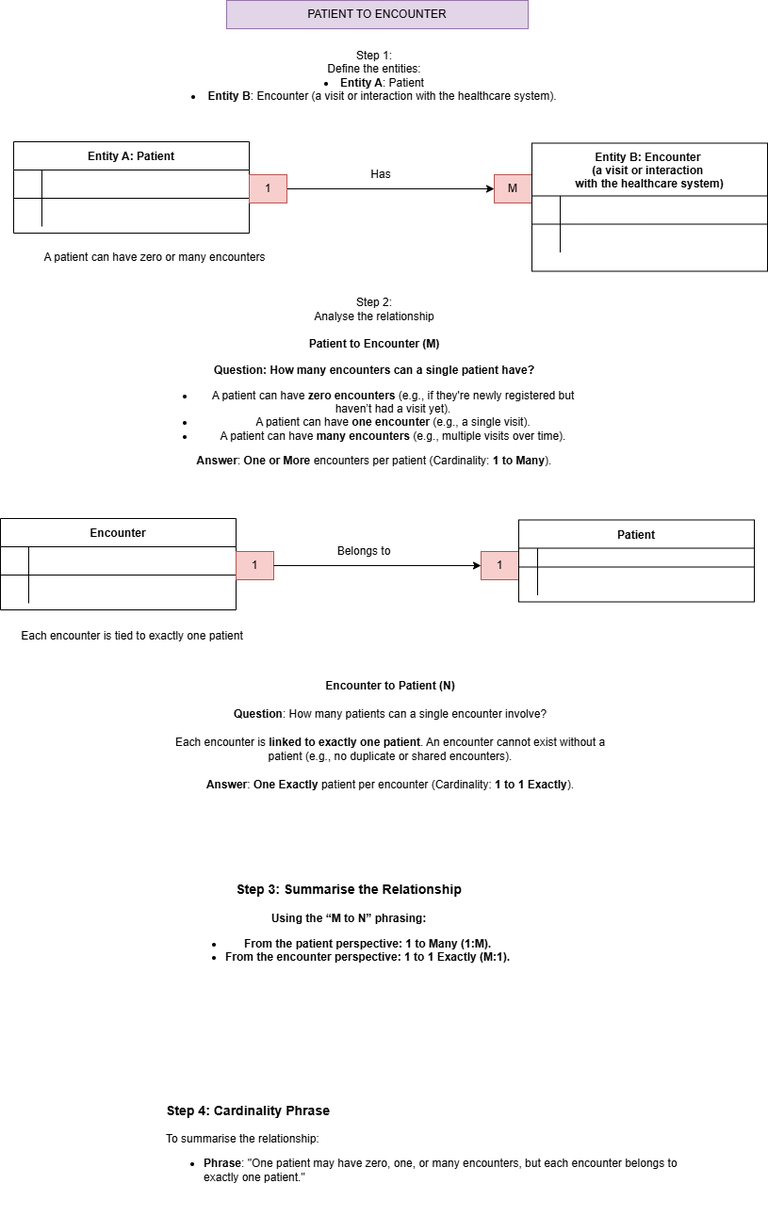
Before: Patient Encounter Provider ER .drawio.png, a diagram exported from draw.io (tonilondon/sql-stork-caboodle). Source tidied: cells renumbered, new cells last; positions are measured from the earlier drawing's top-left corner, leaving out a move shared by most shapes.
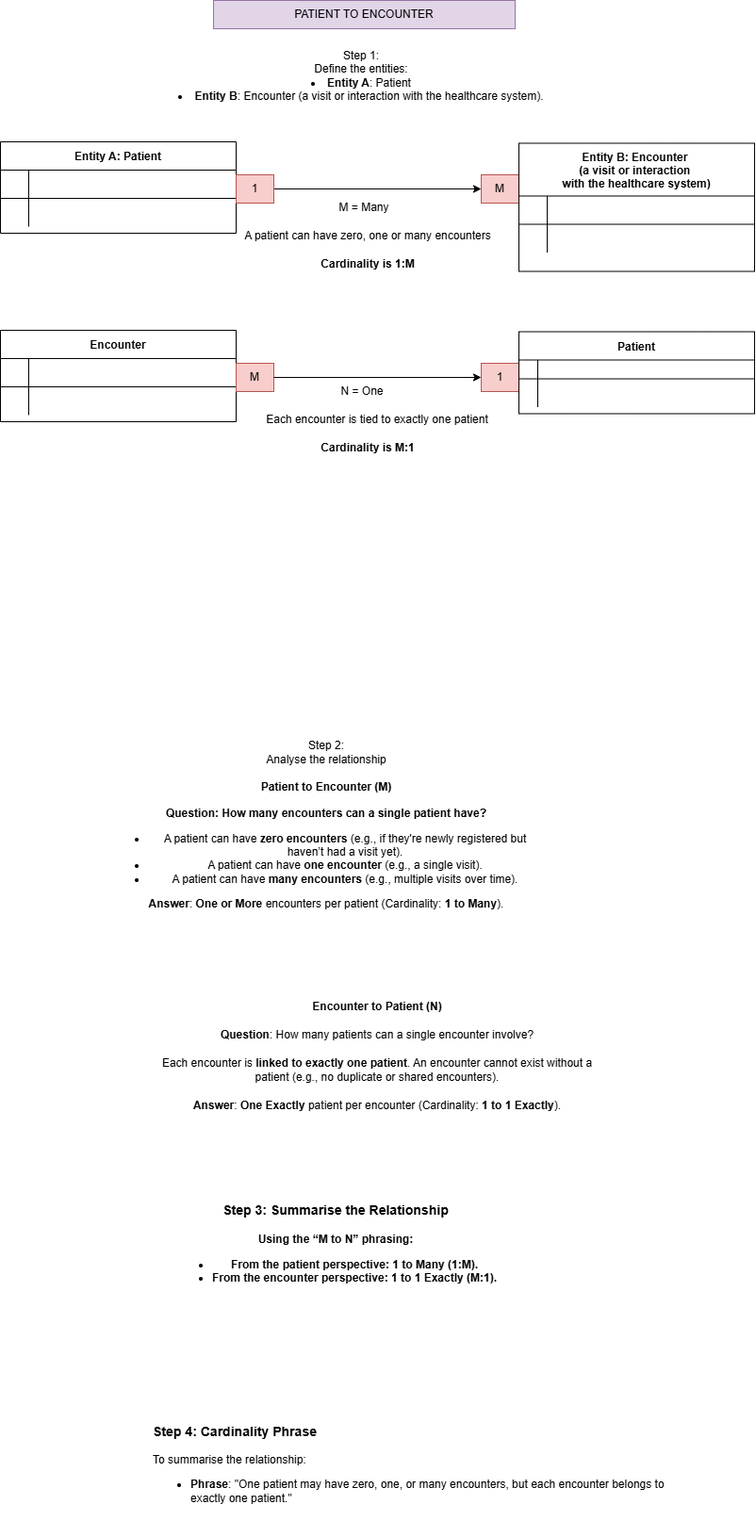
The same diagram one commit later.

Change to the diagram source:
```diff
@@ -54,7 +54,7 @@
       <mxGeometry x="30" width="220" height="30" as="geometry" />
     </mxCell>
     <mxCell id="19" value="Encounter" style="shape=table;startSize=30;rowLines=0;fontStyle=1;align=center;" parent="1" vertex="1">
-      <mxGeometry y="550" width="250" height="97" as="geometry" />
+      <mxGeometry x="14" y="350" width="250" height="97" as="geometry" />
     </mxCell>
     <mxCell id="20" style="shape=partialRectangle;fillColor=none;top=0;left=0;right=0;bottom=1;" parent="19" vertex="1">
       <mxGeometry y="30" width="250" height="30" as="geometry" />
@@ -74,14 +74,14 @@
     <mxCell id="25" style="shape=partialRectangle;overflow=hidden;fillColor=none;top=0;left=0;bottom=0;right=0;align=left;spacingLeft=6;" parent="23" vertex="1">
       <mxGeometry x="30" width="220" height="30" as="geometry" />
     </mxCell>
-    <mxCell id="26" value="1" style="text;strokeColor=#b85450;align=center;fillColor=#f8cecc;html=1;verticalAlign=middle;whiteSpace=wrap;rounded=0;" parent="1" vertex="1">
-      <mxGeometry x="250" y="585" width="40" height="30" as="geometry" />
+    <mxCell id="26" value="M" style="text;strokeColor=#b85450;align=center;fillColor=#f8cecc;html=1;verticalAlign=middle;whiteSpace=wrap;rounded=0;" parent="1" vertex="1">
+      <mxGeometry x="264" y="385" width="40" height="30" as="geometry" />
     </mxCell>
     <mxCell id="27" value="1" style="text;strokeColor=#b85450;align=center;fillColor=#f8cecc;html=1;verticalAlign=middle;whiteSpace=wrap;rounded=0;" parent="1" vertex="1">
-      <mxGeometry x="510" y="585" width="40" height="30" as="geometry" />
+      <mxGeometry x="524" y="385" width="40" height="30" as="geometry" />
     </mxCell>
     <mxCell id="28" value="Patient" style="shape=table;startSize=30;rowLines=0;fontStyle=1;align=center;" parent="1" vertex="1">
-      <mxGeometry x="550" y="551.5" width="250" height="87" as="geometry" />
+      <mxGeometry x="564" y="351.5" width="250" height="87" as="geometry" />
     </mxCell>
     <mxCell id="29" style="shape=partialRectangle;fillColor=none;top=0;left=0;right=0;bottom=1;" parent="28" vertex="1">
       <mxGeometry y="30" width="250" height="20" as="geometry" />
@@ -111,28 +111,34 @@
       <mxGeometry x="167" y="40" width="460" height="80" as="geometry" />
     </mxCell>
     <mxCell id="38" value="Step 2:&lt;div&gt;Analyse the relationship&lt;/div&gt;&lt;div&gt;&lt;br&gt;&lt;/div&gt;&lt;div&gt;&lt;b&gt;Patient to Encounter (M)&lt;/b&gt;&lt;/div&gt;&lt;div&gt;&lt;br&gt;&lt;/div&gt;&lt;div&gt;&lt;b&gt;Question: How many encounters can a single patient have?&lt;/b&gt;&lt;ul&gt;&lt;li&gt;A patient can have &lt;strong&gt;zero encounters&lt;/strong&gt; (e.g., if they're newly registered but haven’t had a visit yet).&lt;/li&gt;&lt;li&gt;A patient can have &lt;strong&gt;one encounter&lt;/strong&gt; (e.g., a single visit).&lt;/li&gt;&lt;li&gt;A patient can have &lt;strong&gt;many encounters&lt;/strong&gt; (e.g., multiple visits over time).&lt;/li&gt;&lt;/ul&gt;&lt;div&gt;&lt;strong&gt;Answer&lt;/strong&gt;: &lt;strong&gt;One or More&lt;/strong&gt; encounters per patient (Cardinality: &lt;strong&gt;1 to Many&lt;/strong&gt;).&lt;/div&gt;&lt;/div&gt;" style="text;strokeColor=none;align=center;fillColor=none;html=1;verticalAlign=middle;whiteSpace=wrap;rounded=0;" parent="1" vertex="1">
-      <mxGeometry x="167" y="310" width="460" height="190" as="geometry" />
+      <mxGeometry x="130" y="780" width="460" height="190" as="geometry" />
     </mxCell>
     <mxCell id="39" value="&lt;h4&gt;&lt;strong&gt;Encounter to Patient (N)&lt;/strong&gt;&lt;/h4&gt;&lt;h4&gt;&lt;strong style=&quot;background-color: initial;&quot;&gt;Question&lt;/strong&gt;&lt;span style=&quot;background-color: initial; font-weight: normal;&quot;&gt;: How many patients can a single encounter involve?&lt;/span&gt;&lt;/h4&gt;&lt;h4&gt;&lt;span style=&quot;background-color: initial; font-weight: normal;&quot;&gt;Each encounter is &lt;/span&gt;&lt;strong style=&quot;background-color: initial;&quot;&gt;linked to exactly one patient&lt;/strong&gt;&lt;span style=&quot;background-color: initial; font-weight: normal;&quot;&gt;. An encounter cannot exist without a patient (e.g., no duplicate or shared encounters).&lt;/span&gt;&lt;/h4&gt;&lt;h4&gt;&lt;strong style=&quot;background-color: initial;&quot;&gt;Answer&lt;/strong&gt;&lt;span style=&quot;background-color: initial; font-weight: normal;&quot;&gt;: &lt;/span&gt;&lt;strong style=&quot;background-color: initial;&quot;&gt;One Exactly&lt;/strong&gt;&lt;span style=&quot;background-color: initial; font-weight: normal;&quot;&gt; patient per encounter (Cardinality: &lt;/span&gt;&lt;strong style=&quot;background-color: initial;&quot;&gt;1 to 1 Exactly&lt;/strong&gt;&lt;span style=&quot;background-color: initial; font-weight: normal;&quot;&gt;).&lt;/span&gt;&lt;/h4&gt;" style="text;strokeColor=none;align=center;fillColor=none;html=1;verticalAlign=middle;whiteSpace=wrap;rounded=0;" parent="1" vertex="1">
-      <mxGeometry x="184" y="700" width="460" height="160" as="geometry" />
+      <mxGeometry x="184" y="1040" width="460" height="160" as="geometry" />
     </mxCell>
     <mxCell id="40" value="&lt;h3&gt;&lt;strong&gt;Step 3: Summarise the Relationship&lt;/strong&gt;&lt;/h3&gt;&lt;h4&gt;&lt;p&gt;Using the “M to N” phrasing:&lt;/p&gt;&lt;ul&gt;&lt;li&gt;From the &lt;strong&gt;patient&lt;/strong&gt; perspective: &lt;strong&gt;1 to Many (1:M)&lt;/strong&gt;.&lt;/li&gt;&lt;li&gt;From the &lt;strong&gt;encounter&lt;/strong&gt; perspective: &lt;strong&gt;1 to 1 Exactly (M:1)&lt;/strong&gt;.&lt;/li&gt;&lt;/ul&gt;&lt;/h4&gt;" style="text;strokeColor=none;align=center;fillColor=none;html=1;verticalAlign=middle;whiteSpace=wrap;rounded=0;" parent="1" vertex="1">
-      <mxGeometry x="140" y="900" width="460" height="160" as="geometry" />
+      <mxGeometry x="140" y="1240" width="460" height="160" as="geometry" />
     </mxCell>
     <mxCell id="41" value="&lt;h3&gt;&lt;strong&gt;Step 4: Cardinality Phrase&lt;/strong&gt;&lt;/h3&gt;&lt;p&gt;To summarise the relationship:&lt;/p&gt;&lt;ul&gt;&lt;li&gt;&lt;strong&gt;Phrase&lt;/strong&gt;: &quot;One patient may have zero, one, or many encounters, but each encounter belongs to exactly one patient.&quot;&lt;/li&gt;&lt;/ul&gt;" style="text;whiteSpace=wrap;html=1;" parent="1" vertex="1">
-      <mxGeometry x="174" y="1150" width="560" height="140" as="geometry" />
+      <mxGeometry x="174" y="1490" width="560" height="140" as="geometry" />
     </mxCell>
-    <mxCell id="42" value="Has" style="text;strokeColor=none;align=center;fillColor=none;html=1;verticalAlign=middle;whiteSpace=wrap;rounded=0;" parent="1" vertex="1">
-      <mxGeometry x="374" y="170" width="60" height="30" as="geometry" />
-    </mxCell>
-    <mxCell id="43" value="Belongs to" style="text;strokeColor=none;align=center;fillColor=none;html=1;verticalAlign=middle;whiteSpace=wrap;rounded=0;" parent="1" vertex="1">
-      <mxGeometry x="356" y="570" width="60" height="30" as="geometry" />
-    </mxCell>
-    <mxCell id="44" value="A patient can have zero or many encounters" style="text;strokeColor=none;align=center;fillColor=none;html=1;verticalAlign=middle;whiteSpace=wrap;rounded=0;" parent="1" vertex="1">
-      <mxGeometry x="24" y="257.5" width="280" height="30" as="geometry" />
+    <mxCell id="44" value="A patient can have zero, one or many encounters" style="text;strokeColor=none;align=center;fillColor=none;html=1;verticalAlign=middle;whiteSpace=wrap;rounded=0;" parent="1" vertex="1">
+      <mxGeometry x="264" y="234.5" width="280" height="30" as="geometry" />
     </mxCell>
     <mxCell id="45" value="Each encounter is tied to exactly one patient" style="text;strokeColor=none;align=center;fillColor=none;html=1;verticalAlign=middle;whiteSpace=wrap;rounded=0;" parent="1" vertex="1">
-      <mxGeometry y="660" width="280" height="30" as="geometry" />
+      <mxGeometry x="274" y="430" width="280" height="30" as="geometry" />
     </mxCell>
+    <mxCell id="46" value="M = Many" style="text;strokeColor=none;align=center;fillColor=none;html=1;verticalAlign=middle;whiteSpace=wrap;rounded=0;" parent="1" vertex="1">
+      <mxGeometry x="370" y="204.5" width="60" height="30" as="geometry" />
+    </mxCell>
+    <mxCell id="47" value="N = One" style="text;strokeColor=none;align=center;fillColor=none;html=1;verticalAlign=middle;whiteSpace=wrap;rounded=0;" parent="1" vertex="1">
+      <mxGeometry x="368" y="400" width="60" height="30" as="geometry" />
+    </mxCell>
+    <mxCell id="48" value="Cardinality is 1:M" style="text;strokeColor=none;align=center;fillColor=none;html=1;verticalAlign=middle;whiteSpace=wrap;rounded=0;fontStyle=1;" parent="1" vertex="1">
+      <mxGeometry x="264" y="264.5" width="280" height="30" as="geometry" />
+    </mxCell>
+    <mxCell id="49" value="Cardinality is M:1" style="text;strokeColor=none;align=center;fillColor=none;html=1;verticalAlign=middle;whiteSpace=wrap;rounded=0;fontStyle=1;" parent="1" vertex="1">
+      <mxGeometry x="264" y="460" width="280" height="30" as="geometry" />
+    </mxCell>
   </root>
 </mxGraphModel>
```
